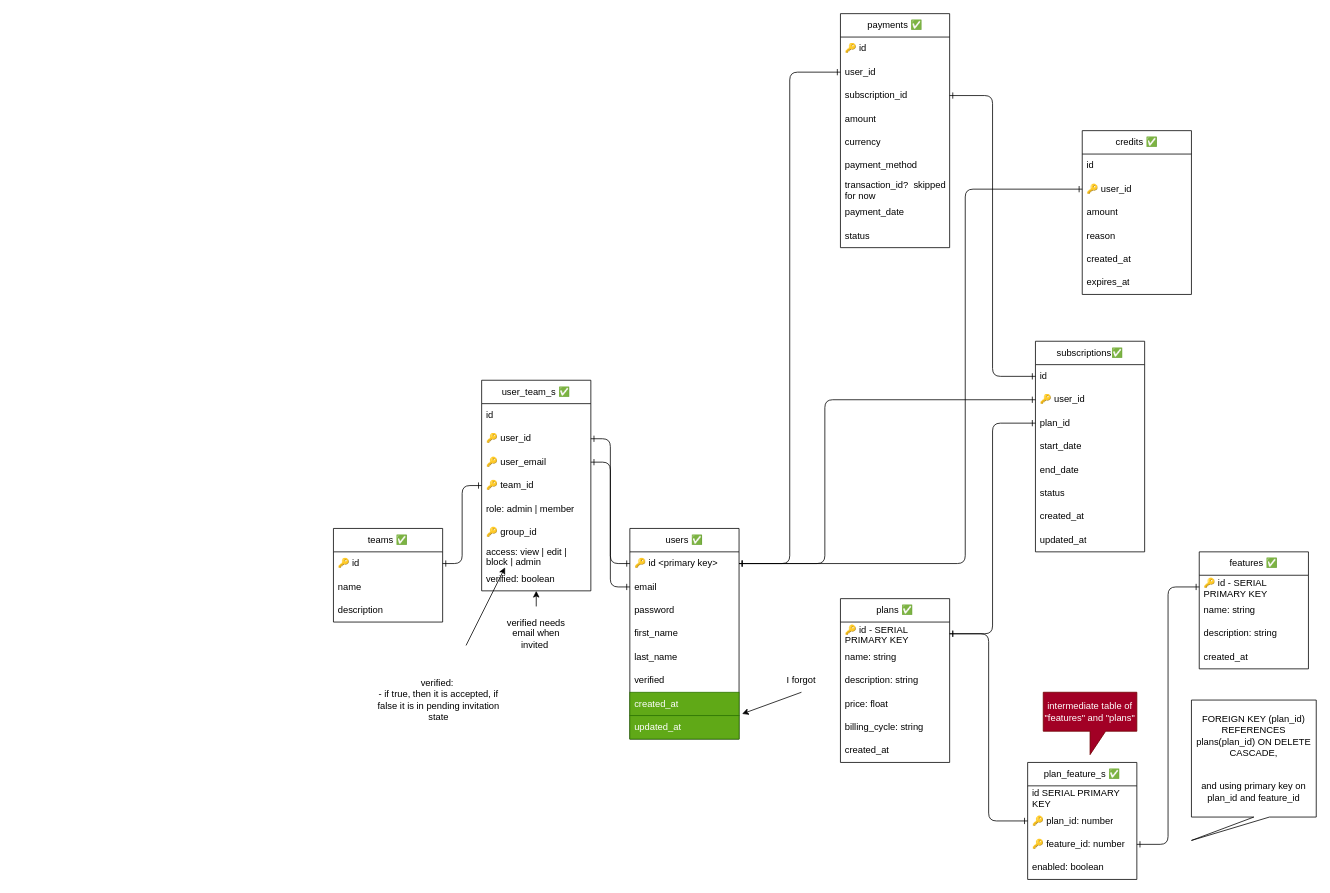
The draw.io diagram page "database design" (1 of 8) of sketch.drawio in danirisdiandita/Startup-Monorepo-Template, before the edit. Source tidied: cells renumbered, new cells numbered last; positions are measured from the earlier drawing's top-left corner, leaving out a move shared by most shapes. Both pictures are drawn from the tidied source at 78%, with x=0, y=0 at pixel (333, 13).
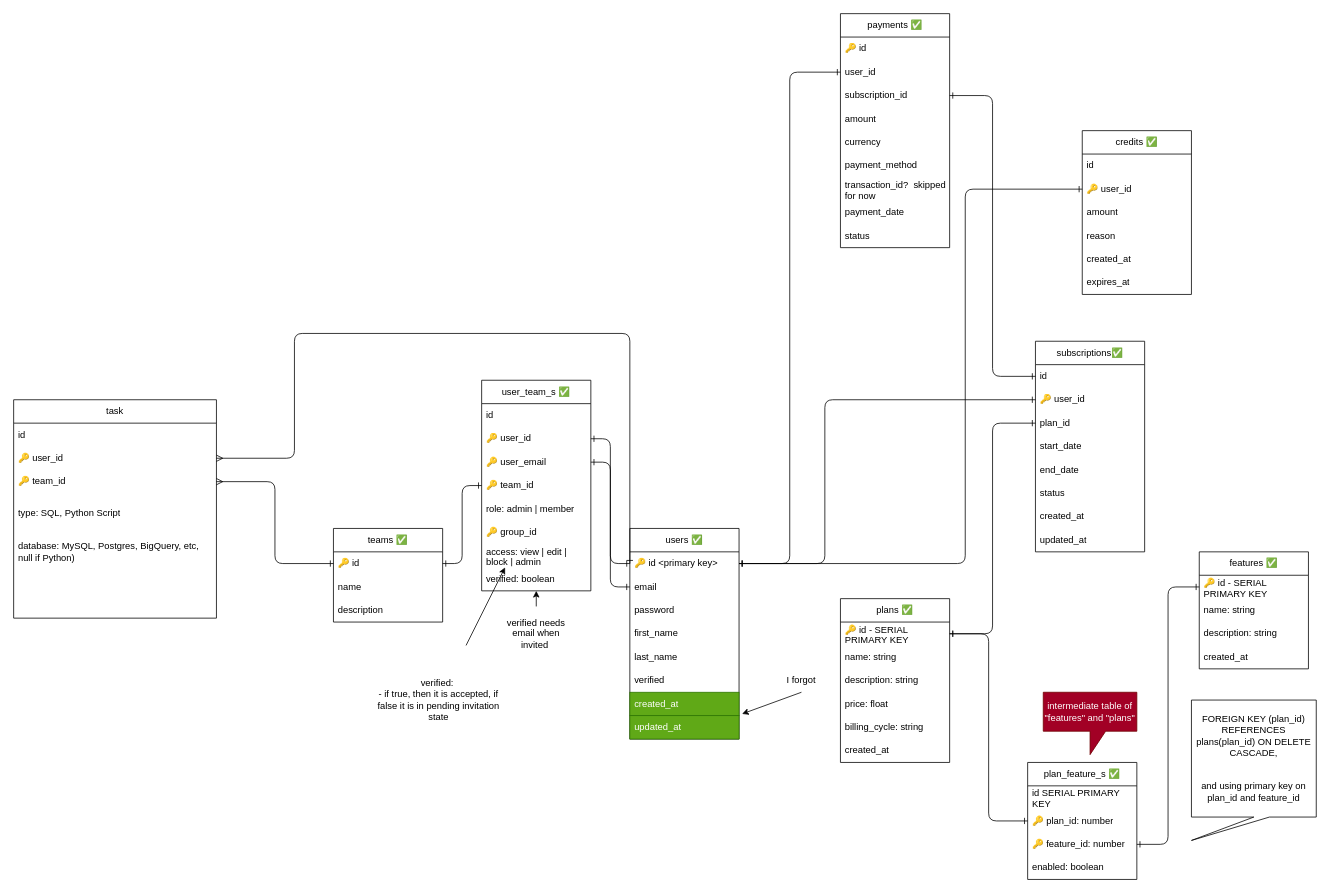
Above is the later version.

The change refers to these unchanged cells:
```xml
<mxCell id="3" value="🔑 id &amp;lt;primary key&amp;gt;" style="text;strokeColor=none;fillColor=none;align=left;verticalAlign=middle;spacingLeft=4;spacingRight=4;overflow=hidden;points=[[0,0.5],[1,0.5]];portConstraint=eastwest;whiteSpace=wrap;html=1;" parent="2" vertex="1">
  <mxGeometry y="30" width="140" height="30" as="geometry" />
</mxCell>
<mxCell id="66" value="🔑 id" style="text;strokeColor=none;fillColor=none;align=left;verticalAlign=middle;spacingLeft=4;spacingRight=4;overflow=hidden;points=[[0,0.5],[1,0.5]];portConstraint=eastwest;whiteSpace=wrap;html=1;" parent="65" vertex="1">
  <mxGeometry y="30" width="140" height="30" as="geometry" />
</mxCell>
```

The edit, as a diff of the source:
```diff
@@
+    <mxCell id="85" value="task" style="swimlane;fontStyle=0;horizontal=1;startSize=30;whiteSpace=wrap;html=1;" parent="1" vertex="1">
+      <mxGeometry x="-410" y="495" width="260" height="280" as="geometry" />
+    </mxCell>
+    <mxCell id="86" value="id" style="text;strokeColor=none;fillColor=none;align=left;verticalAlign=middle;spacingLeft=4;spacingRight=4;overflow=hidden;whiteSpace=wrap;html=1;" parent="85" vertex="1">
+      <mxGeometry y="30" width="260" height="30" as="geometry" />
+    </mxCell>
+    <mxCell id="87" value="🔑 user_id" style="text;strokeColor=none;fillColor=none;align=left;verticalAlign=middle;spacingLeft=4;spacingRight=4;overflow=hidden;points=[[0,0.5],[1,0.5]];portConstraint=eastwest;whiteSpace=wrap;html=1;" parent="85" vertex="1">
+      <mxGeometry y="60" width="260" height="30" as="geometry" />
+    </mxCell>
+    <mxCell id="88" value="🔑 team_id" style="text;strokeColor=none;fillColor=none;align=left;verticalAlign=middle;spacingLeft=4;spacingRight=4;overflow=hidden;points=[[0,0.5],[1,0.5]];portConstraint=eastwest;whiteSpace=wrap;html=1;" parent="85" vertex="1">
+      <mxGeometry y="90" width="260" height="30" as="geometry" />
+    </mxCell>
+    <mxCell id="89" value="type: SQL, Python Script" style="text;strokeColor=none;fillColor=none;align=left;verticalAlign=middle;spacingLeft=4;spacingRight=4;overflow=hidden;whiteSpace=wrap;html=1;" parent="85" vertex="1">
+      <mxGeometry y="120" width="260" height="50" as="geometry" />
+    </mxCell>
+    <mxCell id="90" value="database: MySQL, Postgres, BigQuery, etc, null if Python)&amp;nbsp;" style="text;strokeColor=none;fillColor=none;align=left;verticalAlign=middle;spacingLeft=4;spacingRight=4;overflow=hidden;whiteSpace=wrap;html=1;" parent="85" vertex="1">
+      <mxGeometry y="170" width="260" height="50" as="geometry" />
+    </mxCell>
+    <mxCell id="91" style="text;strokeColor=none;fillColor=none;align=left;verticalAlign=middle;spacingLeft=4;spacingRight=4;overflow=hidden;whiteSpace=wrap;html=1;" parent="85" vertex="1">
+      <mxGeometry y="220" width="260" height="30" as="geometry" />
+    </mxCell>
+    <mxCell id="92" style="text;strokeColor=none;fillColor=none;align=left;verticalAlign=middle;spacingLeft=4;spacingRight=4;overflow=hidden;whiteSpace=wrap;html=1;" parent="85" vertex="1">
+      <mxGeometry y="250" width="260" height="30" as="geometry" />
+    </mxCell>
+    <mxCell id="93" style="edgeStyle=orthogonalEdgeStyle;rounded=1;jettySize=auto;html=1;exitX=1;exitY=0.5;exitDx=0;exitDy=0;entryX=0;entryY=0.5;entryDx=0;entryDy=0;startArrow=ERmany;startFill=0;endArrow=ERone;endFill=0;" parent="1" edge="1" source="88" target="66">
+      <mxGeometry relative="1" as="geometry" />
+    </mxCell>
+    <mxCell id="94" style="edgeStyle=orthogonalEdgeStyle;rounded=1;jettySize=auto;html=1;exitX=1;exitY=0.5;exitDx=0;exitDy=0;entryX=0;entryY=0.5;entryDx=0;entryDy=0;startArrow=ERmany;startFill=0;endArrow=ERone;endFill=0;" parent="1" edge="1" source="87" target="3">
+      <mxGeometry relative="1" as="geometry">
+        <Array as="points">
+          <mxPoint x="-50" y="570" />
+          <mxPoint x="-50" y="410" />
+          <mxPoint x="380" y="410" />
+        </Array>
+      </mxGeometry>
+    </mxCell>
```
